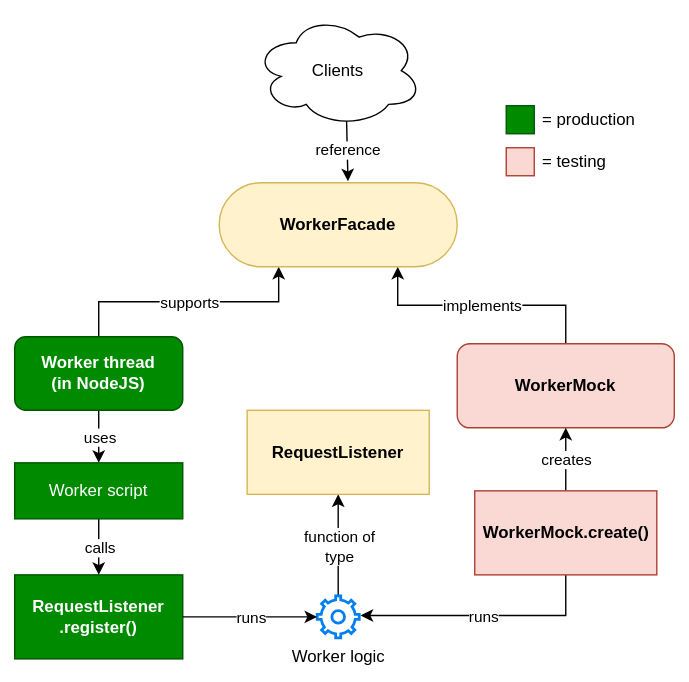
Before: docs/overview.drawio.svg, a diagram exported from draw.io (giancosta86/worker-facade). Source tidied: cells renumbered, new cells last; positions are measured from the earlier drawing's top-left corner, leaving out a move shared by most shapes. The source it was exported from:
```xml
<mxGraphModel>
  <root>
    <mxCell id="0" />
    <mxCell id="1" parent="0" />
    <mxCell id="2" style="edgeStyle=orthogonalEdgeStyle;rounded=0;jettySize=auto;html=1;entryX=0.75;entryY=1;entryDx=0;entryDy=0;" parent="1" edge="1" source="13" target="6">
      <mxGeometry relative="1" as="geometry" />
    </mxCell>
    <mxCell id="3" value="implements" style="edgeLabel;html=1;align=center;verticalAlign=middle;" parent="2" vertex="1">
      <mxGeometry relative="1" as="geometry" />
    </mxCell>
    <mxCell id="4" style="edgeStyle=orthogonalEdgeStyle;rounded=0;jettySize=auto;html=1;exitX=0.5;exitY=0;exitDx=0;exitDy=0;entryX=0.25;entryY=1;entryDx=0;entryDy=0;" parent="1" edge="1" source="16" target="6">
      <mxGeometry relative="1" as="geometry" />
    </mxCell>
    <mxCell id="5" value="supports" style="edgeLabel;html=1;align=center;verticalAlign=middle;" parent="4" vertex="1">
      <mxGeometry relative="1" as="geometry" />
    </mxCell>
    <mxCell id="6" value="&lt;p style=&quot;line-height: 130%;&quot;&gt;&lt;b&gt;WorkerFacade&lt;/b&gt;&lt;br&gt;&lt;/p&gt;" style="rounded=1;whiteSpace=wrap;html=1;fillColor=#fff2cc;strokeColor=#d6b656;gradientDirection=radial;arcSize=50;" parent="1" vertex="1">
      <mxGeometry x="146" y="120" width="170" height="60" as="geometry" />
    </mxCell>
    <mxCell id="7" value="Clients" style="ellipse;shape=cloud;whiteSpace=wrap;html=1;" parent="1" vertex="1">
      <mxGeometry x="171" width="120" height="80" as="geometry" />
    </mxCell>
    <mxCell id="8" style="endArrow=classic;html=1;rounded=0;exitX=0.55;exitY=0.95;exitDx=0;exitDy=0;exitPerimeter=0;entryX=0.541;entryY=-0.017;entryDx=0;entryDy=0;entryPerimeter=0;" parent="1" edge="1" source="7" target="6">
      <mxGeometry relative="1" as="geometry" />
    </mxCell>
    <mxCell id="9" value="reference" style="edgeLabel;html=1;align=center;verticalAlign=middle;" parent="8" vertex="1">
      <mxGeometry relative="1" as="geometry" />
    </mxCell>
    <mxCell id="10" style="edgeStyle=orthogonalEdgeStyle;rounded=0;jettySize=auto;html=1;" parent="1" edge="1" source="12" target="35">
      <mxGeometry relative="1" as="geometry" />
    </mxCell>
    <mxCell id="11" value="function of&lt;br&gt;type" style="edgeLabel;html=1;align=center;verticalAlign=middle;" parent="10" vertex="1">
      <mxGeometry relative="1" as="geometry" />
    </mxCell>
    <mxCell id="12" value="Worker logic" style="html=1;verticalLabelPosition=bottom;align=center;labelBackgroundColor=#ffffff;verticalAlign=top;strokeWidth=2;strokeColor=#0080F0;shadow=0;dashed=0;shape=mxgraph.ios7.icons.settings;" parent="1" vertex="1">
      <mxGeometry x="216" y="415" width="30" height="30" as="geometry" />
    </mxCell>
    <mxCell id="13" value="&lt;p style=&quot;line-height: 130%;&quot;&gt;&lt;b&gt;WorkerMock&lt;/b&gt;&lt;br&gt;&lt;/p&gt;" style="rounded=1;whiteSpace=wrap;html=1;fillColor=#fad9d5;strokeColor=#ae4132;" parent="1" vertex="1">
      <mxGeometry x="316" y="235" width="155" height="60" as="geometry" />
    </mxCell>
    <mxCell id="14" style="edgeStyle=orthogonalEdgeStyle;rounded=0;jettySize=auto;html=1;" parent="1" edge="1" source="16" target="22">
      <mxGeometry relative="1" as="geometry" />
    </mxCell>
    <mxCell id="15" value="uses" style="edgeLabel;html=1;align=center;verticalAlign=middle;" parent="14" vertex="1">
      <mxGeometry relative="1" as="geometry" />
    </mxCell>
    <mxCell id="16" value="&lt;b&gt;Worker thread&lt;br&gt;(in NodeJS)&lt;br&gt;&lt;/b&gt;" style="rounded=1;whiteSpace=wrap;html=1;fillColor=#008a00;strokeColor=#005700;fontColor=#ffffff;" parent="1" vertex="1">
      <mxGeometry y="230" width="120" height="52.5" as="geometry" />
    </mxCell>
    <mxCell id="17" style="edgeStyle=orthogonalEdgeStyle;rounded=0;jettySize=auto;html=1;entryX=1.033;entryY=0.467;entryDx=0;entryDy=0;entryPerimeter=0;exitX=0.5;exitY=1;exitDx=0;exitDy=0;" parent="1" edge="1" source="25" target="12">
      <mxGeometry relative="1" as="geometry" />
    </mxCell>
    <mxCell id="18" value="runs" style="edgeLabel;html=1;align=center;verticalAlign=middle;" parent="17" vertex="1">
      <mxGeometry relative="1" as="geometry" />
    </mxCell>
    <mxCell id="19" value="&lt;b&gt;RequestListener&lt;br&gt;.register()&lt;/b&gt;" style="rounded=0;whiteSpace=wrap;html=1;fillColor=#008a00;strokeColor=#005700;fontColor=#ffffff;" parent="1" vertex="1">
      <mxGeometry y="400" width="120" height="60" as="geometry" />
    </mxCell>
    <mxCell id="20" style="edgeStyle=orthogonalEdgeStyle;rounded=0;jettySize=auto;html=1;" parent="1" edge="1" source="22" target="19">
      <mxGeometry relative="1" as="geometry" />
    </mxCell>
    <mxCell id="21" value="calls" style="edgeLabel;html=1;align=center;verticalAlign=middle;" parent="20" vertex="1">
      <mxGeometry relative="1" as="geometry" />
    </mxCell>
    <mxCell id="22" value="Worker script" style="rounded=0;whiteSpace=wrap;html=1;fillColor=#008a00;strokeColor=#005700;fontColor=#ffffff;" parent="1" vertex="1">
      <mxGeometry y="320" width="120" height="40" as="geometry" />
    </mxCell>
    <mxCell id="23" style="edgeStyle=orthogonalEdgeStyle;rounded=0;jettySize=auto;html=1;entryX=0.5;entryY=1;entryDx=0;entryDy=0;exitX=0.5;exitY=0;exitDx=0;exitDy=0;" parent="1" edge="1" source="25" target="13">
      <mxGeometry relative="1" as="geometry" />
    </mxCell>
    <mxCell id="24" value="creates" style="edgeLabel;html=1;align=center;verticalAlign=middle;" parent="23" vertex="1">
      <mxGeometry relative="1" as="geometry" />
    </mxCell>
    <mxCell id="25" value="&lt;b&gt;WorkerMock.create()&lt;/b&gt;" style="rounded=0;whiteSpace=wrap;html=1;fillColor=#fad9d5;strokeColor=#ae4132;" parent="1" vertex="1">
      <mxGeometry x="328.5" y="340" width="130" height="60" as="geometry" />
    </mxCell>
    <mxCell id="26" style="edgeStyle=orthogonalEdgeStyle;rounded=0;jettySize=auto;html=1;exitX=1;exitY=0.5;exitDx=0;exitDy=0;entryX=0;entryY=0.5;entryDx=0;entryDy=0;entryPerimeter=0;" parent="1" edge="1" source="19" target="12">
      <mxGeometry relative="1" as="geometry" />
    </mxCell>
    <mxCell id="27" value="runs" style="edgeLabel;html=1;align=center;verticalAlign=middle;" parent="26" vertex="1">
      <mxGeometry relative="1" as="geometry" />
    </mxCell>
    <mxCell id="28" style="group;" parent="1" vertex="1">
      <mxGeometry x="351" y="60" width="94" height="60" as="geometry" />
    </mxCell>
    <mxCell id="29" style="group;" parent="28" vertex="1">
      <mxGeometry width="94" height="30" as="geometry" />
    </mxCell>
    <mxCell id="30" style="rounded=0;whiteSpace=wrap;html=1;fillColor=#008a00;strokeColor=#005700;fontColor=#ffffff;" parent="29" vertex="1">
      <mxGeometry y="5" width="20" height="20" as="geometry" />
    </mxCell>
    <mxCell id="31" value="= production" style="text;html=1;strokeColor=none;fillColor=none;align=left;verticalAlign=middle;whiteSpace=wrap;rounded=0;" parent="29" vertex="1">
      <mxGeometry x="24" width="70" height="30" as="geometry" />
    </mxCell>
    <mxCell id="32" style="group;" parent="28" vertex="1">
      <mxGeometry y="30" width="94" height="30" as="geometry" />
    </mxCell>
    <mxCell id="33" style="rounded=0;whiteSpace=wrap;html=1;fillColor=#fad9d5;strokeColor=#ae4132;" parent="32" vertex="1">
      <mxGeometry y="5" width="20" height="20" as="geometry" />
    </mxCell>
    <mxCell id="34" value="= testing" style="text;html=1;strokeColor=none;fillColor=none;align=left;verticalAlign=middle;whiteSpace=wrap;rounded=0;" parent="32" vertex="1">
      <mxGeometry x="24" width="70" height="30" as="geometry" />
    </mxCell>
    <mxCell id="35" value="&lt;p style=&quot;line-height: 130%;&quot;&gt;&lt;b&gt;RequestListener&lt;/b&gt;&lt;br&gt;&lt;/p&gt;" style="rounded=0;whiteSpace=wrap;html=1;fillColor=#fff2cc;strokeColor=#d6b656;" parent="1" vertex="1">
      <mxGeometry x="166" y="282.5" width="130" height="60" as="geometry" />
    </mxCell>
  </root>
</mxGraphModel>
```
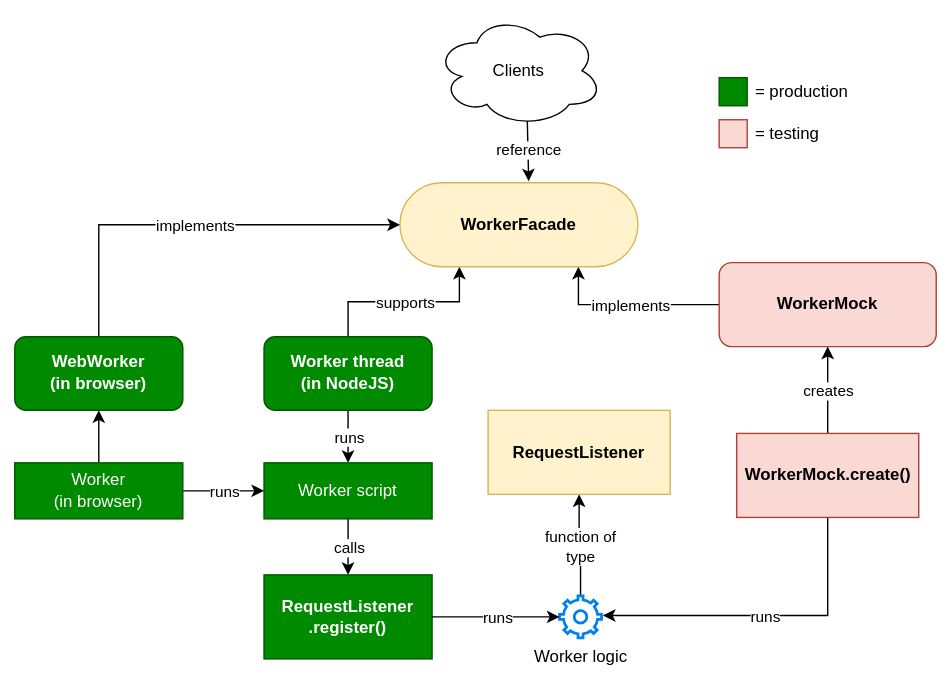
The same file after the commit.

Change to the diagram source:
```diff
@@ -1,4 +1,4 @@
-<mxGraphModel>
+<mxGraphModel background="#ffffff">
   <root>
     <mxCell id="0" />
     <mxCell id="1" parent="0" />
@@ -33,19 +33,19 @@
       <mxGeometry relative="1" as="geometry" />
     </mxCell>
     <mxCell id="12" value="Worker logic" style="html=1;verticalLabelPosition=bottom;align=center;labelBackgroundColor=#ffffff;verticalAlign=top;strokeWidth=2;strokeColor=#0080F0;shadow=0;dashed=0;shape=mxgraph.ios7.icons.settings;" parent="1" vertex="1">
-      <mxGeometry x="216" y="415" width="30" height="30" as="geometry" />
+      <mxGeometry x="260" y="415" width="30" height="30" as="geometry" />
     </mxCell>
     <mxCell id="13" value="&lt;p style=&quot;line-height: 130%;&quot;&gt;&lt;b&gt;WorkerMock&lt;/b&gt;&lt;br&gt;&lt;/p&gt;" style="rounded=1;whiteSpace=wrap;html=1;fillColor=#fad9d5;strokeColor=#ae4132;" parent="1" vertex="1">
-      <mxGeometry x="316" y="235" width="155" height="60" as="geometry" />
+      <mxGeometry x="374" y="177" width="155" height="60" as="geometry" />
     </mxCell>
     <mxCell id="14" style="edgeStyle=orthogonalEdgeStyle;rounded=0;jettySize=auto;html=1;" parent="1" edge="1" source="16" target="22">
       <mxGeometry relative="1" as="geometry" />
     </mxCell>
-    <mxCell id="15" value="uses" style="edgeLabel;html=1;align=center;verticalAlign=middle;" parent="14" vertex="1">
+    <mxCell id="15" value="runs" style="edgeLabel;html=1;align=center;verticalAlign=middle;" parent="14" vertex="1">
       <mxGeometry relative="1" as="geometry" />
     </mxCell>
-    <mxCell id="16" value="&lt;b&gt;Worker thread&lt;br&gt;(in NodeJS)&lt;br&gt;&lt;/b&gt;" style="rounded=1;whiteSpace=wrap;html=1;fillColor=#008a00;strokeColor=#005700;fontColor=#ffffff;" parent="1" vertex="1">
-      <mxGeometry y="230" width="120" height="52.5" as="geometry" />
+    <mxCell id="16" value="&lt;p style=&quot;line-height: 130%;&quot;&gt;&lt;b&gt;Worker thread&lt;br&gt;(in NodeJS)&lt;br&gt;&lt;/b&gt;&lt;/p&gt;" style="rounded=1;whiteSpace=wrap;html=1;fillColor=#008a00;strokeColor=#005700;fontColor=#ffffff;" parent="1" vertex="1">
+      <mxGeometry x="49" y="230" width="120" height="52.5" as="geometry" />
     </mxCell>
     <mxCell id="17" style="edgeStyle=orthogonalEdgeStyle;rounded=0;jettySize=auto;html=1;entryX=1.033;entryY=0.467;entryDx=0;entryDy=0;entryPerimeter=0;exitX=0.5;exitY=1;exitDx=0;exitDy=0;" parent="1" edge="1" source="25" target="12">
       <mxGeometry relative="1" as="geometry" />
@@ -54,7 +54,7 @@
       <mxGeometry relative="1" as="geometry" />
     </mxCell>
     <mxCell id="19" value="&lt;b&gt;RequestListener&lt;br&gt;.register()&lt;/b&gt;" style="rounded=0;whiteSpace=wrap;html=1;fillColor=#008a00;strokeColor=#005700;fontColor=#ffffff;" parent="1" vertex="1">
-      <mxGeometry y="400" width="120" height="60" as="geometry" />
+      <mxGeometry x="49" y="400" width="120" height="60" as="geometry" />
     </mxCell>
     <mxCell id="20" style="edgeStyle=orthogonalEdgeStyle;rounded=0;jettySize=auto;html=1;" parent="1" edge="1" source="22" target="19">
       <mxGeometry relative="1" as="geometry" />
@@ -63,7 +63,7 @@
       <mxGeometry relative="1" as="geometry" />
     </mxCell>
     <mxCell id="22" value="Worker script" style="rounded=0;whiteSpace=wrap;html=1;fillColor=#008a00;strokeColor=#005700;fontColor=#ffffff;" parent="1" vertex="1">
-      <mxGeometry y="320" width="120" height="40" as="geometry" />
+      <mxGeometry x="49" y="320" width="120" height="40" as="geometry" />
     </mxCell>
     <mxCell id="23" style="edgeStyle=orthogonalEdgeStyle;rounded=0;jettySize=auto;html=1;entryX=0.5;entryY=1;entryDx=0;entryDy=0;exitX=0.5;exitY=0;exitDx=0;exitDy=0;" parent="1" edge="1" source="25" target="13">
       <mxGeometry relative="1" as="geometry" />
@@ -72,7 +72,7 @@
       <mxGeometry relative="1" as="geometry" />
     </mxCell>
     <mxCell id="25" value="&lt;b&gt;WorkerMock.create()&lt;/b&gt;" style="rounded=0;whiteSpace=wrap;html=1;fillColor=#fad9d5;strokeColor=#ae4132;" parent="1" vertex="1">
-      <mxGeometry x="328.5" y="340" width="130" height="60" as="geometry" />
+      <mxGeometry x="386.5" y="299" width="130" height="60" as="geometry" />
     </mxCell>
     <mxCell id="26" style="edgeStyle=orthogonalEdgeStyle;rounded=0;jettySize=auto;html=1;exitX=1;exitY=0.5;exitDx=0;exitDy=0;entryX=0;entryY=0.5;entryDx=0;entryDy=0;entryPerimeter=0;" parent="1" edge="1" source="19" target="12">
       <mxGeometry relative="1" as="geometry" />
@@ -81,7 +81,7 @@
       <mxGeometry relative="1" as="geometry" />
     </mxCell>
     <mxCell id="28" style="group;" parent="1" vertex="1">
-      <mxGeometry x="351" y="60" width="94" height="60" as="geometry" />
+      <mxGeometry x="374" y="40" width="94" height="60" as="geometry" />
     </mxCell>
     <mxCell id="29" style="group;" parent="28" vertex="1">
       <mxGeometry width="94" height="30" as="geometry" />
@@ -102,7 +102,28 @@
       <mxGeometry x="24" width="70" height="30" as="geometry" />
     </mxCell>
     <mxCell id="35" value="&lt;p style=&quot;line-height: 130%;&quot;&gt;&lt;b&gt;RequestListener&lt;/b&gt;&lt;br&gt;&lt;/p&gt;" style="rounded=0;whiteSpace=wrap;html=1;fillColor=#fff2cc;strokeColor=#d6b656;" parent="1" vertex="1">
-      <mxGeometry x="166" y="282.5" width="130" height="60" as="geometry" />
+      <mxGeometry x="209" y="282.5" width="130" height="60" as="geometry" />
     </mxCell>
+    <mxCell id="36" style="edgeStyle=orthogonalEdgeStyle;rounded=0;jettySize=auto;html=1;exitX=0.5;exitY=0;exitDx=0;exitDy=0;entryX=0;entryY=0.5;entryDx=0;entryDy=0;" parent="1" edge="1" source="38" target="6">
+      <mxGeometry relative="1" as="geometry" />
+    </mxCell>
+    <mxCell id="37" value="implements" style="edgeLabel;html=1;align=center;verticalAlign=middle;" parent="36" vertex="1">
+      <mxGeometry relative="1" as="geometry" />
+    </mxCell>
+    <mxCell id="38" value="&lt;p style=&quot;line-height: 130%;&quot;&gt;&lt;b&gt;WebWorker&lt;br&gt;(in browser)&lt;br&gt;&lt;/b&gt;&lt;/p&gt;" style="rounded=1;whiteSpace=wrap;html=1;fillColor=#008a00;strokeColor=#005700;fontColor=#ffffff;" parent="1" vertex="1">
+      <mxGeometry x="-129" y="230" width="120" height="52.5" as="geometry" />
+    </mxCell>
+    <mxCell id="39" style="edgeStyle=orthogonalEdgeStyle;rounded=0;jettySize=auto;html=1;exitX=0.5;exitY=0;exitDx=0;exitDy=0;entryX=0.5;entryY=1;entryDx=0;entryDy=0;" parent="1" edge="1" source="42" target="38">
+      <mxGeometry relative="1" as="geometry" />
+    </mxCell>
+    <mxCell id="40" style="edgeStyle=orthogonalEdgeStyle;rounded=0;jettySize=auto;html=1;exitX=1;exitY=0.5;exitDx=0;exitDy=0;entryX=0;entryY=0.5;entryDx=0;entryDy=0;" parent="1" edge="1" source="42" target="22">
+      <mxGeometry relative="1" as="geometry" />
+    </mxCell>
+    <mxCell id="41" value="runs" style="edgeLabel;html=1;align=center;verticalAlign=middle;" parent="40" vertex="1">
+      <mxGeometry relative="1" as="geometry" />
+    </mxCell>
+    <mxCell id="42" value="&lt;p style=&quot;line-height: 130%;&quot;&gt;Worker&lt;br&gt;(in browser)&lt;/p&gt;" style="rounded=0;whiteSpace=wrap;html=1;fillColor=#008a00;strokeColor=#005700;fontColor=#ffffff;" parent="1" vertex="1">
+      <mxGeometry x="-129" y="320" width="120" height="40" as="geometry" />
+    </mxCell>
   </root>
 </mxGraphModel>
```
